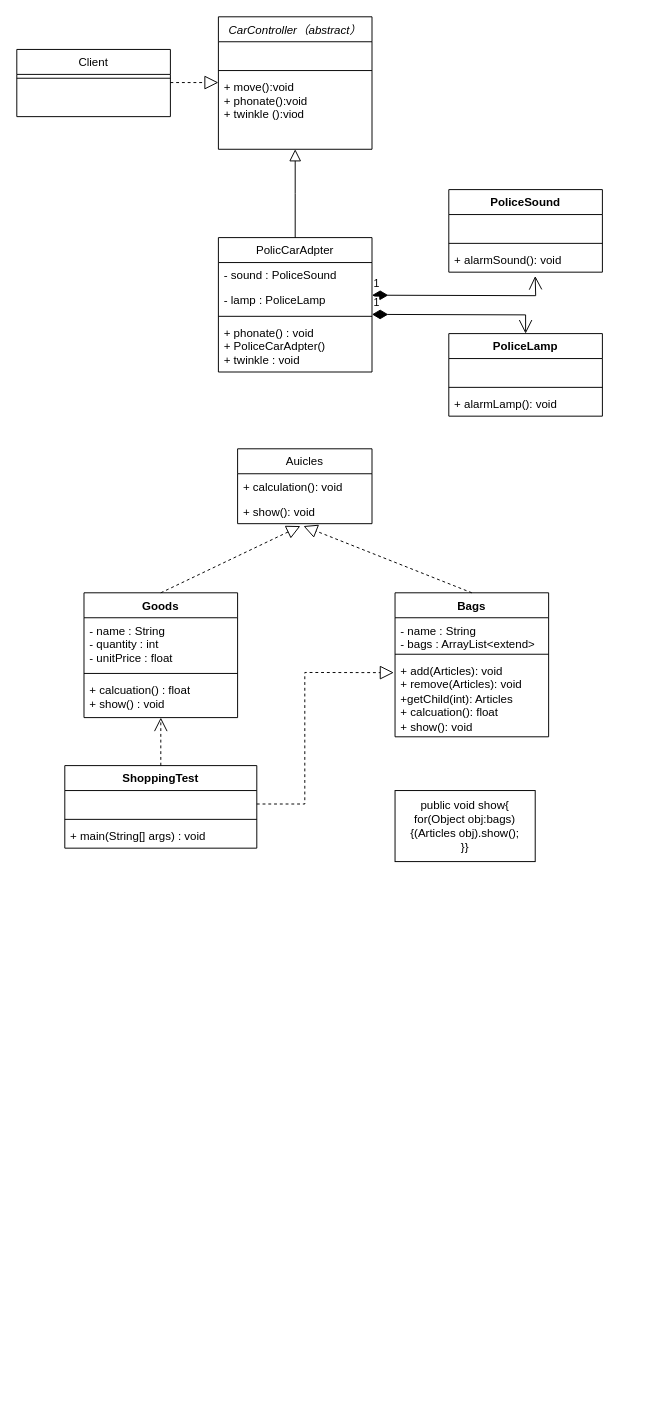
The draw.io diagram img/设计模式解析.drawio in Z-zu-guang/Z-zu-guang.github.io, before the edit. Source tidied: cells renumbered, new cells numbered last; positions are measured from the earlier drawing's top-left corner, leaving out a move shared by most shapes. Both pictures are drawn from the tidied source at 96%, with x=0, y=0 at pixel (16, 16).
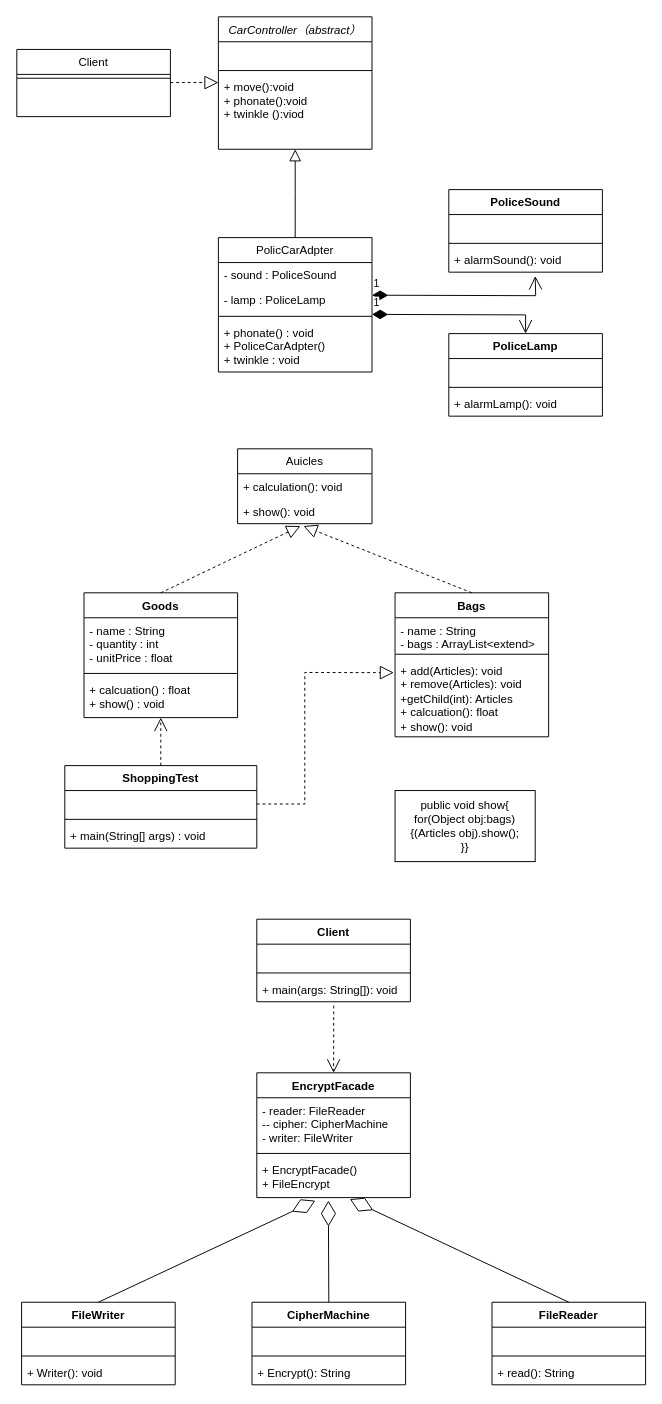
Above is the later version.

Commit message:
更新设计模式解析.drawio

Change to the diagram source:
```diff
@@
+    <mxCell id="45" value="Client" style="swimlane;fontStyle=1;align=center;verticalAlign=top;horizontal=1;startSize=26;whiteSpace=wrap;html=1;" parent="1" vertex="1">
+      <mxGeometry x="250" y="940" width="160" height="86" as="geometry" />
+    </mxCell>
+    <mxCell id="46" value="&amp;nbsp;" style="text;strokeColor=none;fillColor=none;align=left;verticalAlign=top;spacingLeft=4;spacingRight=4;overflow=hidden;whiteSpace=wrap;html=1;" parent="45" vertex="1">
+      <mxGeometry y="26" width="160" height="26" as="geometry" />
+    </mxCell>
+    <mxCell id="47" style="line;strokeWidth=1;fillColor=none;align=left;verticalAlign=middle;spacingTop=-1;spacingLeft=3;spacingRight=3;labelPosition=right;strokeColor=inherit;" parent="45" vertex="1">
+      <mxGeometry y="52" width="160" height="8" as="geometry" />
+    </mxCell>
+    <mxCell id="48" value="+ main(args: String[]): void" style="text;strokeColor=none;fillColor=none;align=left;verticalAlign=top;spacingLeft=4;spacingRight=4;overflow=hidden;points=[[0,0.5],[1,0.5]];portConstraint=eastwest;whiteSpace=wrap;html=1;" parent="45" vertex="1">
+      <mxGeometry y="60" width="160" height="26" as="geometry" />
+    </mxCell>
+    <mxCell id="49" value="EncryptFacade" style="swimlane;fontStyle=1;align=center;verticalAlign=top;horizontal=1;startSize=26;whiteSpace=wrap;html=1;" parent="1" vertex="1">
+      <mxGeometry x="250" y="1100" width="160" height="130" as="geometry" />
+    </mxCell>
+    <mxCell id="50" value="- reader: FileReader&lt;br&gt;-- cipher: CipherMachine&lt;br&gt;- writer: FileWriter" style="text;strokeColor=none;fillColor=none;align=left;verticalAlign=top;spacingLeft=4;spacingRight=4;overflow=hidden;whiteSpace=wrap;html=1;" parent="49" vertex="1">
+      <mxGeometry y="26" width="160" height="54" as="geometry" />
+    </mxCell>
+    <mxCell id="51" style="line;strokeWidth=1;fillColor=none;align=left;verticalAlign=middle;spacingTop=-1;spacingLeft=3;spacingRight=3;labelPosition=right;strokeColor=inherit;" parent="49" vertex="1">
+      <mxGeometry y="80" width="160" height="8" as="geometry" />
+    </mxCell>
+    <mxCell id="52" value="+ EncryptFacade()&lt;br&gt;+ FileEncrypt" style="text;strokeColor=none;fillColor=none;align=left;verticalAlign=top;spacingLeft=4;spacingRight=4;overflow=hidden;points=[[0,0.5],[1,0.5]];portConstraint=eastwest;whiteSpace=wrap;html=1;" parent="49" vertex="1">
+      <mxGeometry y="88" width="160" height="42" as="geometry" />
+    </mxCell>
+    <mxCell id="53" value="FileWriter" style="swimlane;fontStyle=1;align=center;verticalAlign=top;horizontal=1;startSize=26;whiteSpace=wrap;html=1;" parent="1" vertex="1">
+      <mxGeometry x="5" y="1339" width="160" height="86" as="geometry" />
+    </mxCell>
+    <mxCell id="54" value="&amp;nbsp;" style="text;strokeColor=none;fillColor=none;align=left;verticalAlign=top;spacingLeft=4;spacingRight=4;overflow=hidden;whiteSpace=wrap;html=1;" parent="53" vertex="1">
+      <mxGeometry y="26" width="160" height="26" as="geometry" />
+    </mxCell>
+    <mxCell id="55" style="line;strokeWidth=1;fillColor=none;align=left;verticalAlign=middle;spacingTop=-1;spacingLeft=3;spacingRight=3;labelPosition=right;strokeColor=inherit;" parent="53" vertex="1">
+      <mxGeometry y="52" width="160" height="8" as="geometry" />
+    </mxCell>
+    <mxCell id="56" value="+ Writer(): void" style="text;strokeColor=none;fillColor=none;align=left;verticalAlign=top;spacingLeft=4;spacingRight=4;overflow=hidden;whiteSpace=wrap;html=1;" parent="53" vertex="1">
+      <mxGeometry y="60" width="160" height="26" as="geometry" />
+    </mxCell>
+    <mxCell id="57" value="CipherMachine" style="swimlane;fontStyle=1;align=center;verticalAlign=top;horizontal=1;startSize=26;whiteSpace=wrap;html=1;" parent="1" vertex="1">
+      <mxGeometry x="245" y="1339" width="160" height="86" as="geometry" />
+    </mxCell>
+    <mxCell id="58" value="&amp;nbsp;" style="text;strokeColor=none;fillColor=none;align=left;verticalAlign=top;spacingLeft=4;spacingRight=4;overflow=hidden;whiteSpace=wrap;html=1;" parent="57" vertex="1">
+      <mxGeometry y="26" width="160" height="26" as="geometry" />
+    </mxCell>
+    <mxCell id="59" style="line;strokeWidth=1;fillColor=none;align=left;verticalAlign=middle;spacingTop=-1;spacingLeft=3;spacingRight=3;labelPosition=right;strokeColor=inherit;" parent="57" vertex="1">
+      <mxGeometry y="52" width="160" height="8" as="geometry" />
+    </mxCell>
+    <mxCell id="60" value="+ Encrypt(): String" style="text;strokeColor=none;fillColor=none;align=left;verticalAlign=top;spacingLeft=4;spacingRight=4;overflow=hidden;whiteSpace=wrap;html=1;" parent="57" vertex="1">
+      <mxGeometry y="60" width="160" height="26" as="geometry" />
+    </mxCell>
+    <mxCell id="61" value="FileReader" style="swimlane;fontStyle=1;align=center;verticalAlign=top;horizontal=1;startSize=26;whiteSpace=wrap;html=1;" parent="1" vertex="1">
+      <mxGeometry x="495" y="1339" width="160" height="86" as="geometry" />
+    </mxCell>
+    <mxCell id="62" value="&amp;nbsp;" style="text;strokeColor=none;fillColor=none;align=left;verticalAlign=top;spacingLeft=4;spacingRight=4;overflow=hidden;whiteSpace=wrap;html=1;" parent="61" vertex="1">
+      <mxGeometry y="26" width="160" height="26" as="geometry" />
+    </mxCell>
+    <mxCell id="63" style="line;strokeWidth=1;fillColor=none;align=left;verticalAlign=middle;spacingTop=-1;spacingLeft=3;spacingRight=3;labelPosition=right;strokeColor=inherit;" parent="61" vertex="1">
+      <mxGeometry y="52" width="160" height="8" as="geometry" />
+    </mxCell>
+    <mxCell id="64" value="+ read(): String" style="text;strokeColor=none;fillColor=none;align=left;verticalAlign=top;spacingLeft=4;spacingRight=4;overflow=hidden;whiteSpace=wrap;html=1;" parent="61" vertex="1">
+      <mxGeometry y="60" width="160" height="26" as="geometry" />
+    </mxCell>
+    <mxCell id="65" style="endArrow=open;endSize=12;dashed=1;html=1;rounded=0;exitX=0.501;exitY=1.154;exitDx=0;exitDy=0;exitPerimeter=0;entryX=0.5;entryY=0;entryDx=0;entryDy=0;" parent="1" edge="1" source="48" target="49">
+      <mxGeometry relative="1" as="geometry" />
+    </mxCell>
+    <mxCell id="66" style="endArrow=diamondThin;endFill=0;endSize=24;html=1;rounded=0;exitX=0.5;exitY=0;exitDx=0;exitDy=0;entryX=0.381;entryY=1.076;entryDx=0;entryDy=0;entryPerimeter=0;" parent="1" edge="1" source="53" target="52">
+      <mxGeometry relative="1" as="geometry" />
+    </mxCell>
+    <mxCell id="67" style="endArrow=diamondThin;endFill=0;endSize=24;html=1;rounded=0;exitX=0.5;exitY=0;exitDx=0;exitDy=0;entryX=0.466;entryY=1.076;entryDx=0;entryDy=0;entryPerimeter=0;" parent="1" edge="1" source="57" target="52">
+      <mxGeometry relative="1" as="geometry" />
+    </mxCell>
+    <mxCell id="68" style="endArrow=diamondThin;endFill=0;endSize=24;html=1;rounded=0;entryX=0.606;entryY=1.038;entryDx=0;entryDy=0;entryPerimeter=0;exitX=0.5;exitY=0;exitDx=0;exitDy=0;" parent="1" edge="1" source="61" target="52">
+      <mxGeometry relative="1" as="geometry" />
+    </mxCell>
```
